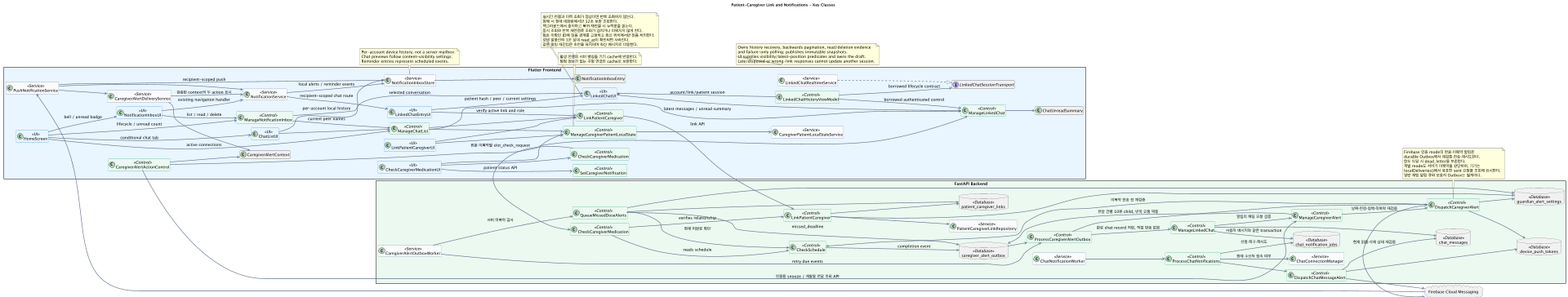
1window2/MedBuddy keeps this PlantUML diagram as docs/UML/class/04_CaregiverNotifications.png. Above is the earlier version.
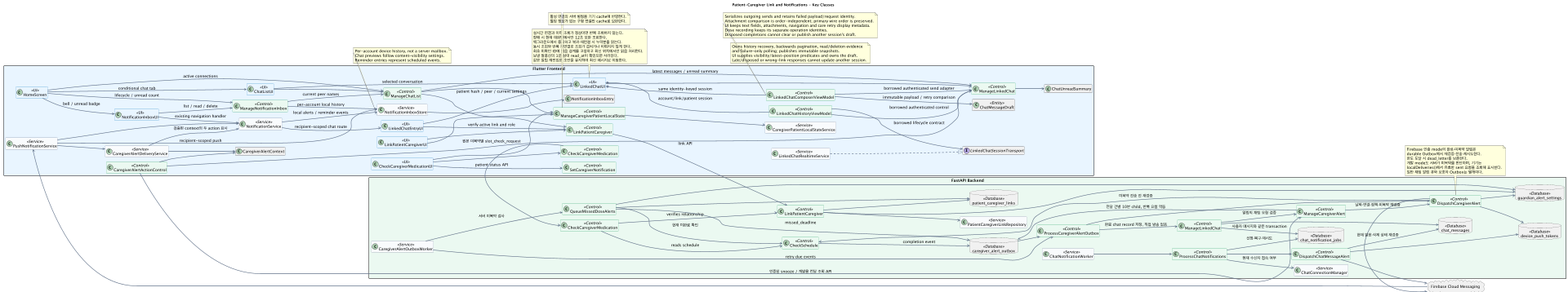
After the change.

The edit, as a diff of the source:
```diff
@@ -33,6 +33,8 @@
   class ChatListUI <<UI>>
   class LinkedChatUI <<UI>>
   class LinkedChatHistoryViewModel <<Control>>
+  class LinkedChatComposerViewModel <<Control>>
+  class ChatMessageDraft <<Entity>>
   interface LinkedChatSessionTransport
   class LinkedChatRealtimeService <<Service>>
   class LinkedChatEntryUI <<UI>>
@@ -105,6 +107,9 @@
 ManageLinkedChat --> ChatUnreadSummary
 LinkedChatUI --> ManageLinkedChat
 LinkedChatUI *-- LinkedChatHistoryViewModel : account/link/patient session
+LinkedChatUI *-- LinkedChatComposerViewModel : same identity-keyed session
+LinkedChatComposerViewModel --> ManageLinkedChat : borrowed authenticated send adapter
+LinkedChatComposerViewModel --> ChatMessageDraft : immutable payload / retry comparison
 LinkedChatHistoryViewModel --> ManageLinkedChat : borrowed authenticated control
 LinkedChatHistoryViewModel --> LinkedChatSessionTransport : borrowed lifecycle contract
 LinkedChatRealtimeService ..|> LinkedChatSessionTransport
@@ -113,6 +118,13 @@
   and failure-only polling; publishes immutable snapshots.
   UI supplies visibility/latest-position predicates and owns the draft.
   Late/disposed or wrong-link responses cannot update another session.
+end note
+note bottom of LinkedChatComposerViewModel
+  Serializes outgoing sends and retains failed payload/request identity.
+  Attachment comparison is order-independent; primary wire order is preserved.
+  UI keeps text fields, attachments, navigation and care retry display metadata.
+  Dose recording keeps its separate operation identities.
+  Disposed completions cannot clear or publish another session's draft.
 end note
 note top of LinkedChatUI
   실시간 연결과 이력 조회가 정상이면 반복 조회하지 않는다.
```
